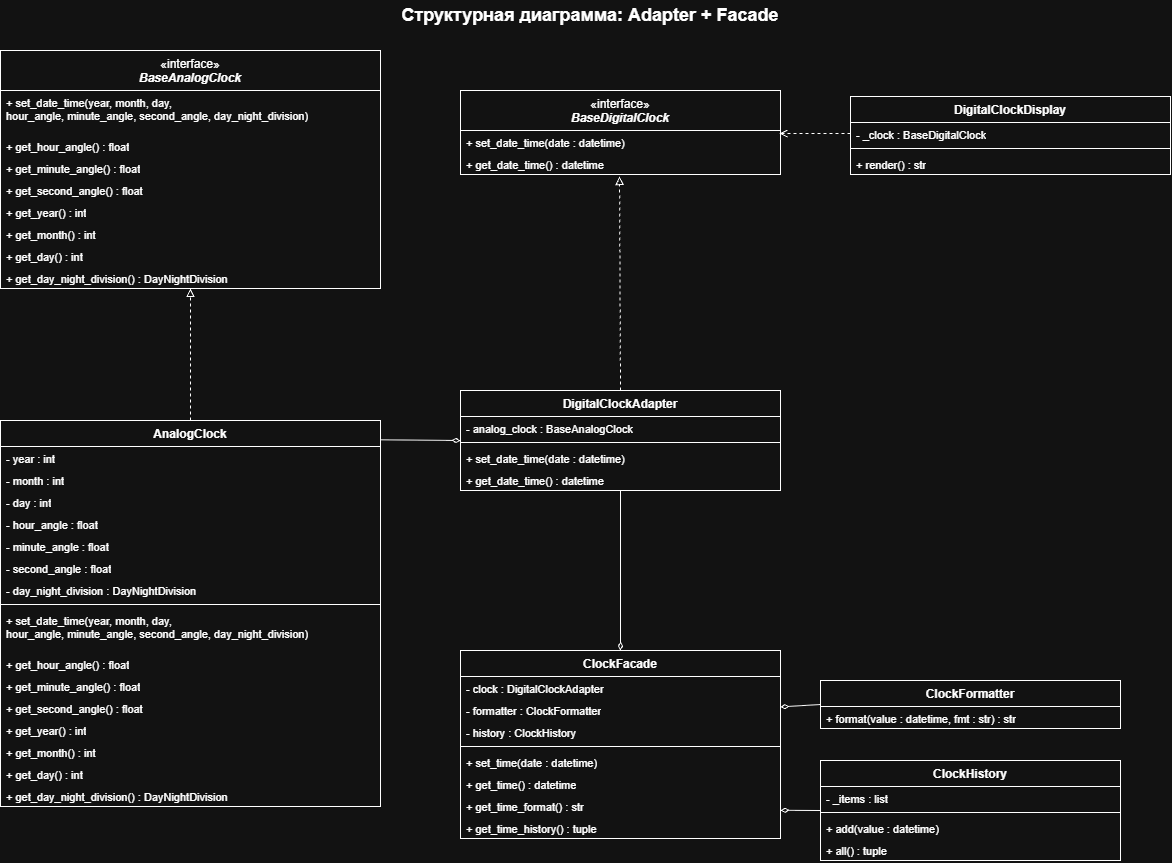
The draw.io diagram docs/adapter_facade_structure.drawio.png in Adelina-Abdrashitova/patterns-lab-1-2026, before a commit. Source tidied: cells renumbered, new cells last; positions are measured from the earlier drawing's top-left corner, leaving out a move shared by most shapes.
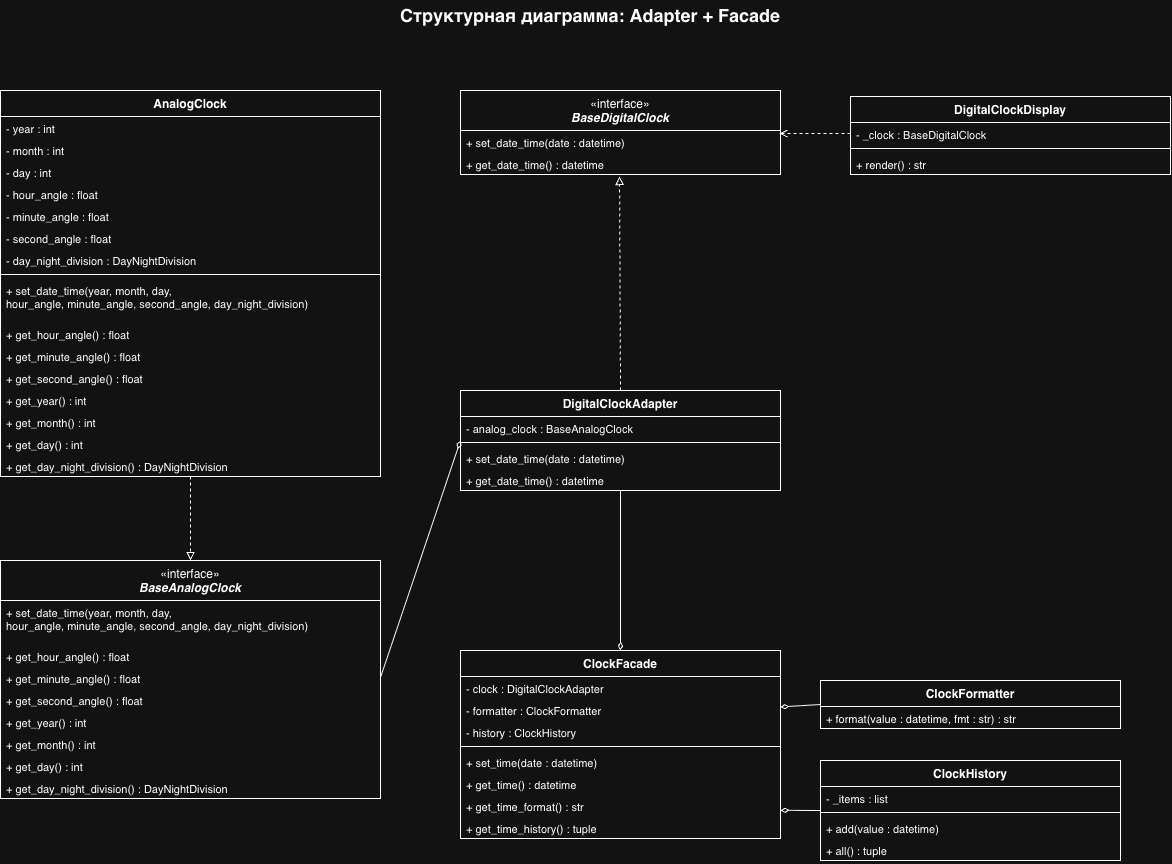
After the change.

What changed in the source:
```diff
@@ -6,7 +6,7 @@
       <mxGeometry x="340" width="500" height="30" as="geometry" />
     </mxCell>
     <mxCell id="3" value="«interface»&lt;br&gt;&lt;b&gt;&lt;i&gt;BaseAnalogClock&lt;/i&gt;&lt;/b&gt;" style="swimlane;fontStyle=0;align=center;verticalAlign=top;horizontal=1;startSize=40;whiteSpace=wrap;html=1;" parent="1" vertex="1">
-      <mxGeometry y="50" width="380" height="238" as="geometry" />
+      <mxGeometry y="560" width="380" height="238" as="geometry" />
     </mxCell>
     <mxCell id="4" value="+ set_date_time(year, month, day,&lt;br&gt;hour_angle, minute_angle, second_angle, day_night_division)" style="text;strokeColor=none;fillColor=none;align=left;verticalAlign=top;spacingLeft=4;spacingRight=4;overflow=hidden;whiteSpace=wrap;html=1;fontSize=11;" parent="3" vertex="1">
       <mxGeometry y="40" width="380" height="44" as="geometry" />
@@ -42,7 +42,7 @@
       <mxGeometry y="62" width="320" height="22" as="geometry" />
     </mxCell>
     <mxCell id="15" value="AnalogClock" style="swimlane;fontStyle=1;align=center;verticalAlign=top;horizontal=1;startSize=26;whiteSpace=wrap;html=0;" parent="1" vertex="1">
-      <mxGeometry y="420" width="380" height="386" as="geometry" />
+      <mxGeometry y="90" width="380" height="386" as="geometry" />
     </mxCell>
     <mxCell id="16" value="- year : int" style="text;strokeColor=none;fillColor=none;align=left;verticalAlign=top;spacingLeft=4;spacingRight=4;overflow=hidden;whiteSpace=wrap;html=1;fontSize=11;" parent="15" vertex="1">
       <mxGeometry y="26" width="380" height="22" as="geometry" />
@@ -167,13 +167,13 @@
     <mxCell id="56" value="+ all() : tuple" style="text;strokeColor=none;fillColor=none;align=left;verticalAlign=top;spacingLeft=4;spacingRight=4;overflow=hidden;whiteSpace=wrap;html=1;fontSize=11;" parent="52" vertex="1">
       <mxGeometry y="78" width="300" height="22" as="geometry" />
     </mxCell>
-    <mxCell id="57" style="endArrow=block;endFill=0;dashed=1;html=1;exitX=0.5;exitY=0;exitDx=0;exitDy=0;entryX=0.5;entryY=1;entryDx=0;entryDy=0;" parent="1" edge="1" source="15" target="3">
+    <mxCell id="57" style="endArrow=block;endFill=0;dashed=1;html=1;exitX=0.5;exitY=1;exitDx=0;exitDy=0;" parent="1" edge="1" source="15" target="3">
       <mxGeometry relative="1" as="geometry" />
     </mxCell>
     <mxCell id="58" style="endArrow=block;endFill=0;dashed=1;html=1;exitX=0.5;exitY=0;exitDx=0;exitDy=0;entryX=0.497;entryY=1.091;entryDx=0;entryDy=0;entryPerimeter=0;" parent="1" edge="1" source="32" target="14">
       <mxGeometry relative="1" as="geometry" />
     </mxCell>
-    <mxCell id="59" style="startArrow=diamondThin;startFill=0;endArrow=none;html=1;exitX=0;exitY=0.5;exitDx=0;exitDy=0;entryX=1;entryY=0.05;entryDx=0;entryDy=0;" parent="1" edge="1" source="32" target="15">
+    <mxCell id="59" style="startArrow=diamondThin;startFill=0;endArrow=none;html=1;exitX=0;exitY=0.5;exitDx=0;exitDy=0;entryX=1;entryY=0.5;entryDx=0;entryDy=0;" parent="1" edge="1" source="32" target="6">
       <mxGeometry relative="1" as="geometry" />
     </mxCell>
     <mxCell id="60" style="endArrow=open;dashed=1;html=1;entryX=0.997;entryY=0.136;entryDx=0;entryDy=0;entryPerimeter=0;exitX=0;exitY=0.5;exitDx=0;exitDy=0;" parent="1" edge="1" source="38" target="13">
```
